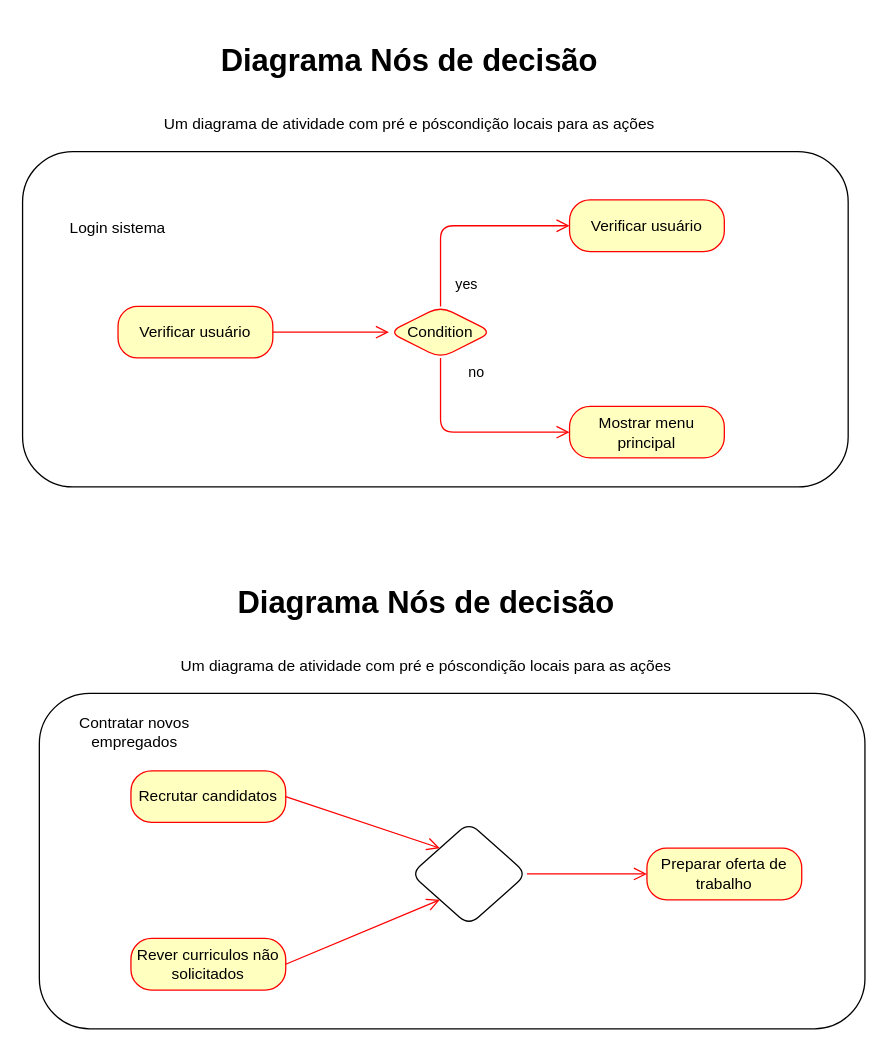
Before: page "Nós de decisão" (4 of 7) of Outros/POO UML/Aula 3/Diagrama de atividades.drawio in luiscarlosjunior/aulas-graduacao, a draw.io diagram. Source tidied: cells renumbered, new cells numbered last; positions are measured from the earlier drawing's top-left corner, leaving out a move shared by most shapes. Both pictures are drawn from the tidied source at 129%, with x=0, y=0 at pixel (22, 35).
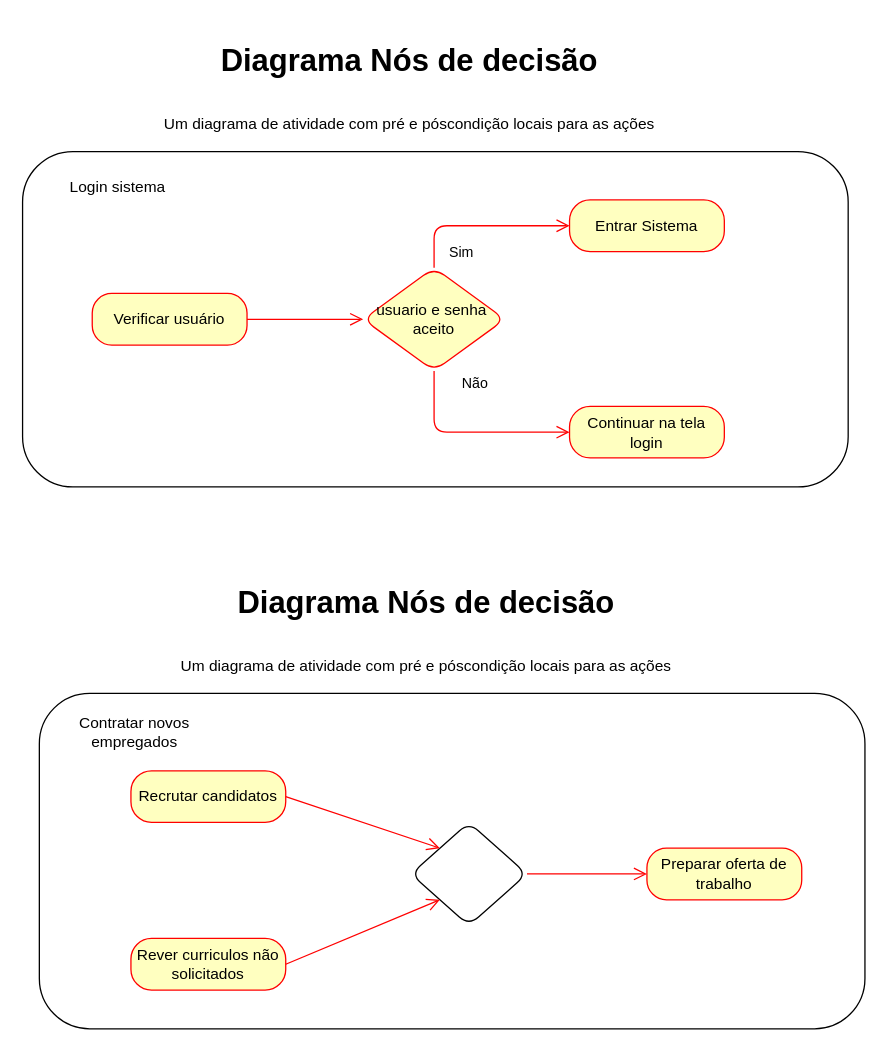
After the change.

Change to the diagram source:
```diff
@@
     <mxCell id="4" value="Verificar usuário" style="rounded=1;whiteSpace=wrap;html=1;arcSize=38;fontColor=#000000;fillColor=#ffffc0;strokeColor=#ff0000;" parent="1" vertex="1">
-      <mxGeometry x="74" y="210" width="120" height="40" as="geometry" />
+      <mxGeometry x="54" y="200" width="120" height="40" as="geometry" />
     </mxCell>
@@
-    <mxCell id="6" value="Mostrar menu principal" style="rounded=1;whiteSpace=wrap;html=1;arcSize=40;fontColor=#000000;fillColor=#ffffc0;strokeColor=#ff0000;" parent="1" vertex="1">
+    <mxCell id="6" value="Continuar na tela login" style="rounded=1;whiteSpace=wrap;html=1;arcSize=40;fontColor=#000000;fillColor=#ffffc0;strokeColor=#ff0000;" parent="1" vertex="1">
       <mxGeometry x="424" y="287.5" width="120" height="40" as="geometry" />
     </mxCell>
     <mxCell id="7" value="Login sistema" style="text;html=1;strokeColor=none;fillColor=none;align=center;verticalAlign=middle;whiteSpace=wrap;rounded=0;" parent="1" vertex="1">
-      <mxGeometry x="21" y="140" width="106" height="20" as="geometry" />
+      <mxGeometry x="21" y="107.5" width="106" height="20" as="geometry" />
     </mxCell>
-    <mxCell id="8" value="Verificar usuário" style="rounded=1;whiteSpace=wrap;html=1;arcSize=40;fontColor=#000000;fillColor=#ffffc0;strokeColor=#ff0000;" parent="1" vertex="1">
+    <mxCell id="8" value="Entrar Sistema" style="rounded=1;whiteSpace=wrap;html=1;arcSize=40;fontColor=#000000;fillColor=#ffffc0;strokeColor=#ff0000;" parent="1" vertex="1">
       <mxGeometry x="424" y="127.5" width="120" height="40" as="geometry" />
     </mxCell>
@@
-    <mxCell id="19" value="Condition" style="rhombus;whiteSpace=wrap;html=1;fillColor=#ffffc0;strokeColor=#ff0000;rounded=1;sketch=0;" parent="1" vertex="1">
-      <mxGeometry x="284" y="210" width="80" height="40" as="geometry" />
+    <mxCell id="19" value="usuario e senha&amp;nbsp;&lt;br&gt;aceito" style="rhombus;whiteSpace=wrap;html=1;fillColor=#ffffc0;strokeColor=#ff0000;rounded=1;sketch=0;" parent="1" vertex="1">
+      <mxGeometry x="264" y="180" width="110" height="80" as="geometry" />
     </mxCell>
-    <mxCell id="20" value="no" style="edgeStyle=orthogonalEdgeStyle;html=1;align=left;verticalAlign=bottom;endArrow=open;endSize=8;strokeColor=#ff0000;entryX=0;entryY=0.5;entryDx=0;entryDy=0;exitX=0.5;exitY=1;exitDx=0;exitDy=0;" parent="1" edge="1" source="19" target="6">
+    <mxCell id="20" value="Não" style="edgeStyle=orthogonalEdgeStyle;html=1;align=left;verticalAlign=bottom;endArrow=open;endSize=8;strokeColor=#ff0000;entryX=0;entryY=0.5;entryDx=0;entryDy=0;exitX=0.5;exitY=1;exitDx=0;exitDy=0;" parent="1" edge="1" source="19" target="6">
       <mxGeometry x="-0.75" y="20" relative="1" as="geometry" />
     </mxCell>
-    <mxCell id="21" value="yes" style="edgeStyle=orthogonalEdgeStyle;html=1;align=left;verticalAlign=top;endArrow=open;endSize=8;strokeColor=#ff0000;entryX=0;entryY=0.5;entryDx=0;entryDy=0;exitX=0.5;exitY=0;exitDx=0;exitDy=0;" parent="1" edge="1" source="19" target="8">
+    <mxCell id="21" value="Sim" style="edgeStyle=orthogonalEdgeStyle;html=1;align=left;verticalAlign=top;endArrow=open;endSize=8;strokeColor=#ff0000;entryX=0;entryY=0.5;entryDx=0;entryDy=0;exitX=0.5;exitY=0;exitDx=0;exitDy=0;" parent="1" edge="1" source="19" target="8">
       <mxGeometry x="-0.63" y="-10" relative="1" as="geometry" />
     </mxCell>
```
